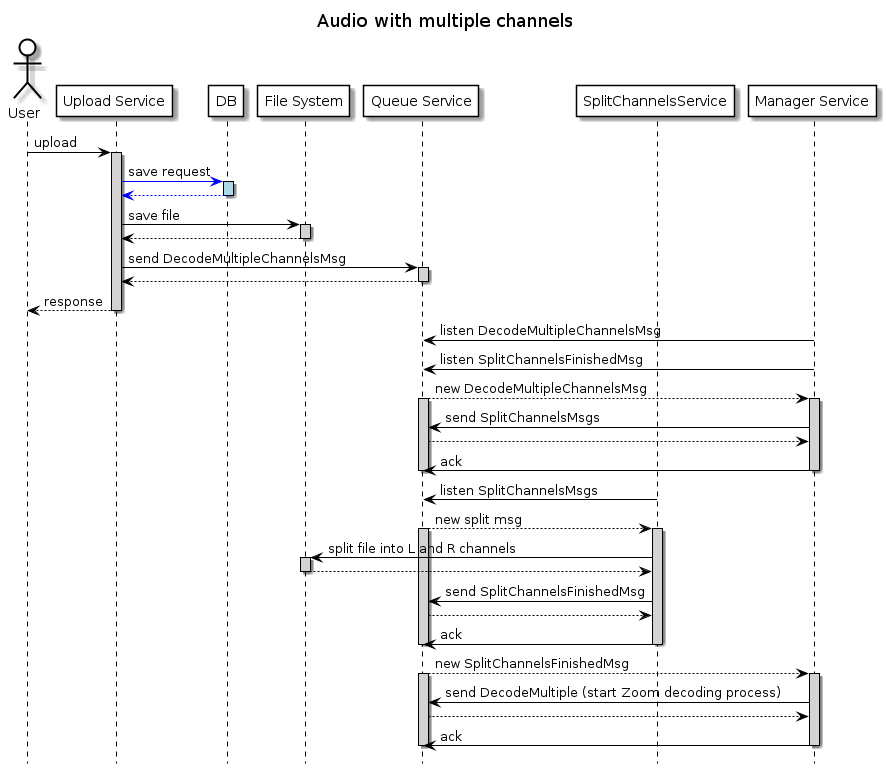
Above: architecture/multiple.channels.png in airenas/list (PlantUML), before the change.
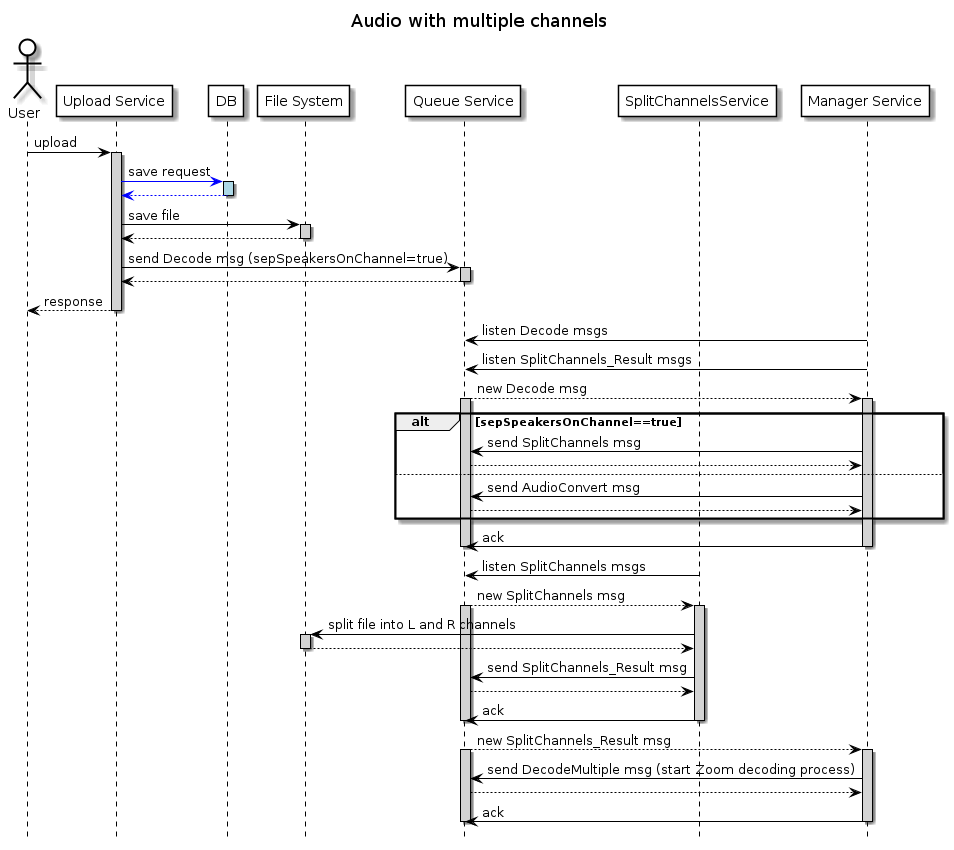
Above is the later version.

Commit message:
Use same decode msg

Diff of the diagram source:
```diff
@@ -1,17 +1,17 @@
 @startuml MultipleChannels
 
 skinparam sequence {
-ParticipantBorderColor Black
-ActorBorderColor Black
+    ParticipantBorderColor Black
+    ActorBorderColor Black
 
-ParticipantBackgroundColor White
-ActorBackgroundColor White
+    ParticipantBackgroundColor White
+    ActorBackgroundColor White
 
-ArrowColor black
-LifeLineBorderColor black
-LifeLineBackgroundColor lightgray
+    ArrowColor black
+    LifeLineBorderColor black
+    LifeLineBackgroundColor lightgray
 
-BoxBorderColor black
+    BoxBorderColor black
 }
 skinparam databaseBackgroundColor White
 skinparam dataBaseBorderColor Blue
@@ -41,7 +41,7 @@
 fs --> upload:
 deactivate fs
 
-upload -> queue: send DecodeMultipleChannelsMsg
+upload -> queue: send Decode msg (sepSpeakersOnChannel=true)
 activate queue
 queue --> upload:
 deactivate queue
@@ -49,41 +49,45 @@
 upload --> User: response
 deactivate upload
 
-manager -> queue: listen DecodeMultipleChannelsMsg
-manager -> queue: listen SplitChannelsFinishedMsg
+manager -> queue: listen Decode msgs
+manager -> queue: listen SplitChannels_Result msgs
 
-queue --> manager: new DecodeMultipleChannelsMsg
+queue --> manager: new Decode msg
 activate queue
 activate manager
-manager -> queue: send SplitChannelsMsgs
-queue --> manager:
+alt sepSpeakersOnChannel==true
+    manager -> queue: send SplitChannels msg
+    queue --> manager:
+else
+    manager -> queue: send AudioConvert msg
+    queue --> manager:
+end
 manager -> queue: ack
 deactivate manager
 deactivate queue
 
 
-ms -> queue: listen SplitChannelsMsgs
+ms -> queue: listen SplitChannels msgs
 
-queue --> ms: new split msg
+queue --> ms: new SplitChannels msg
 activate queue
-
 activate ms
 ms -> fs: split file into L and R channels
 activate fs
 fs --> ms:
 deactivate fs
 
-ms -> queue: send SplitChannelsFinishedMsg
+ms -> queue: send SplitChannels_Result msg
 queue --> ms
 
 ms -> queue: ack
 deactivate queue
 deactivate ms
 
-queue --> manager: new SplitChannelsFinishedMsg
+queue --> manager: new SplitChannels_Result msg
 activate queue
 activate manager
-manager -> queue: send DecodeMultiple (start Zoom decoding process)
+manager -> queue: send DecodeMultiple msg (start Zoom decoding process)
 queue --> manager:
 manager -> queue: ack
 deactivate manager
```
